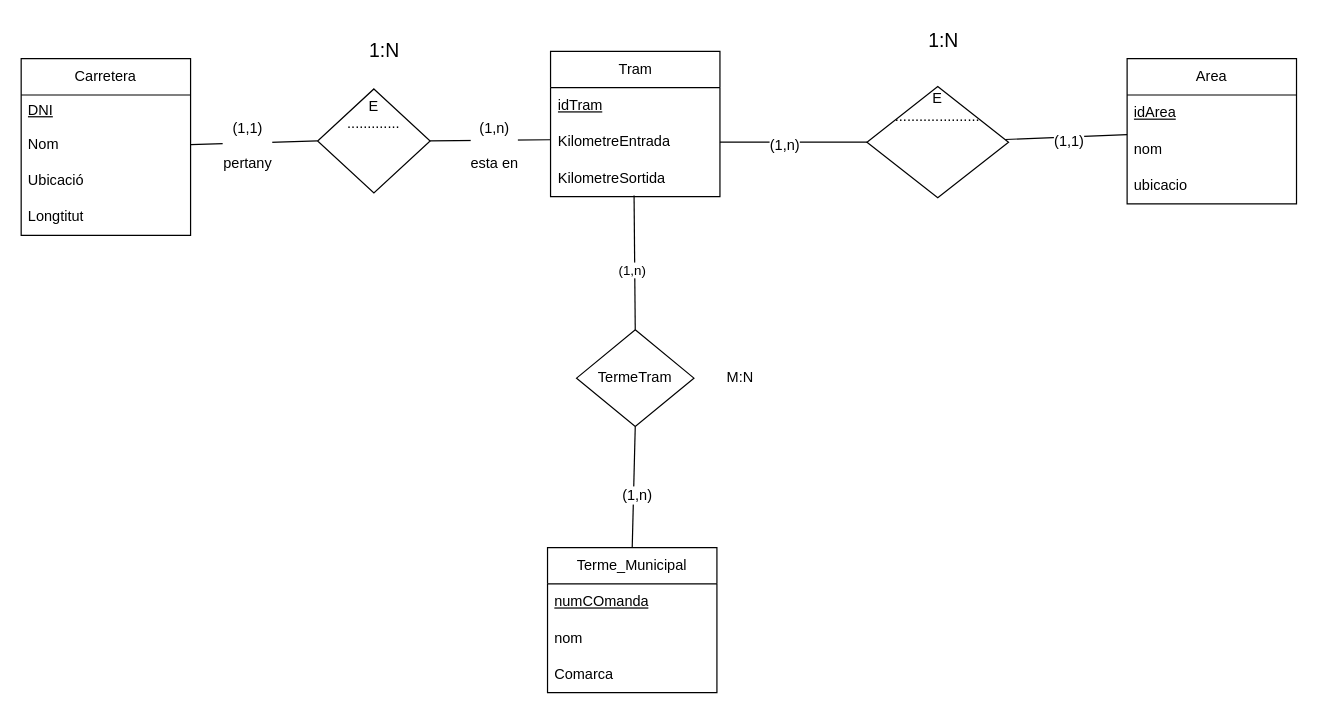
Earlier version of the draw.io diagram 0377-ASGBD (M10)/drawio/4_carreteres.drawio (gxldnn/edt). Source tidied: cells renumbered, new cells numbered last; positions are measured from the earlier drawing's top-left corner, leaving out a move shared by most shapes. Both pictures are drawn from the tidied source at 121%, with x=0, y=0 at pixel (21, 21).
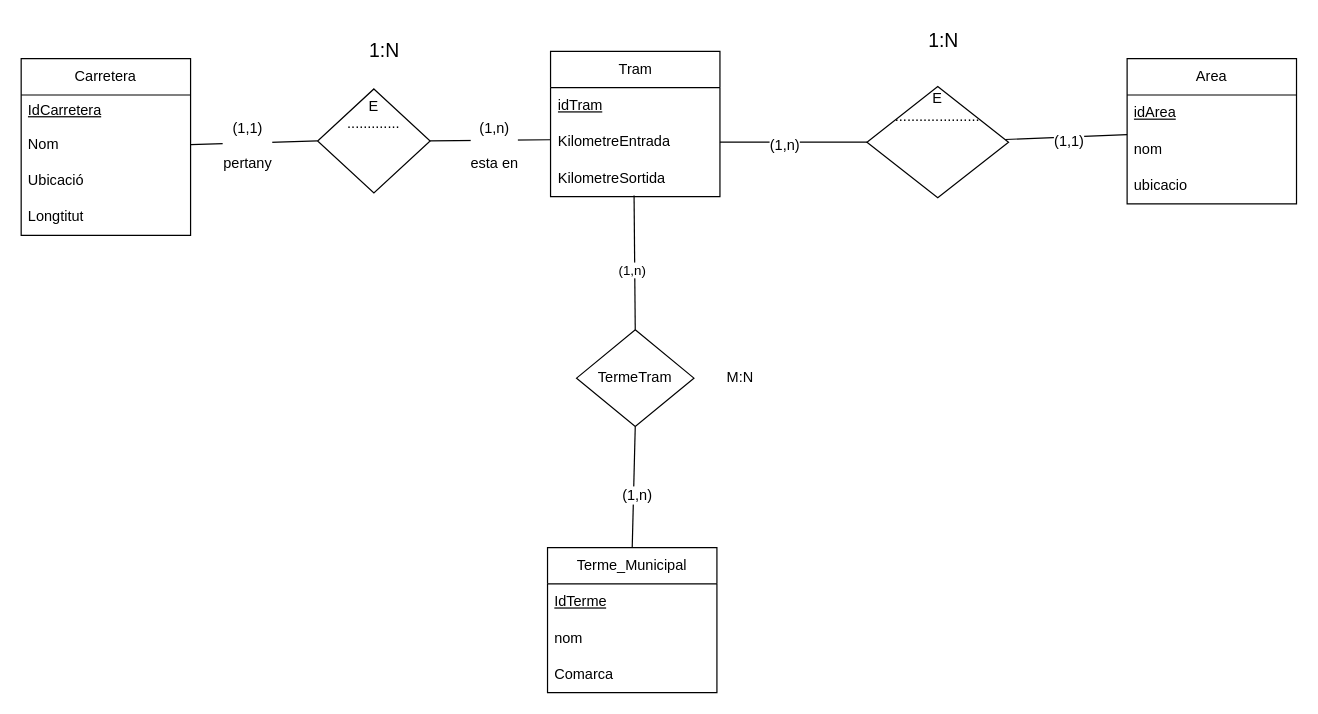
The same page after the edit.

The change refers to these unchanged cells:
```xml
<mxCell id="2" value="Carretera" style="swimlane;fontStyle=0;horizontal=1;startSize=30;whiteSpace=wrap;html=1;" parent="1" vertex="1">
  <mxGeometry y="31" width="140" height="146" as="geometry" />
</mxCell>
<mxCell id="26" value="Terme_Municipal" style="swimlane;fontStyle=0;horizontal=1;startSize=30;whiteSpace=wrap;html=1;" parent="1" vertex="1">
  <mxGeometry x="435" y="435" width="140" height="120" as="geometry" />
</mxCell>
```

The edit, as a diff of the source:
```diff
@@
-    <mxCell id="3" value="&lt;u&gt;DNI&lt;/u&gt;" style="text;strokeColor=none;fillColor=none;align=left;verticalAlign=middle;spacingLeft=4;spacingRight=4;overflow=hidden;whiteSpace=wrap;html=1;" parent="2" vertex="1">
+    <mxCell id="3" value="&lt;u&gt;IdCarretera&lt;/u&gt;" style="text;strokeColor=none;fillColor=none;align=left;verticalAlign=middle;spacingLeft=4;spacingRight=4;overflow=hidden;whiteSpace=wrap;html=1;" parent="2" vertex="1">
       <mxGeometry y="30" width="140" height="26" as="geometry" />
     </mxCell>
@@
-    <mxCell id="27" value="&lt;u&gt;numCOmanda&lt;/u&gt;" style="text;strokeColor=none;fillColor=none;align=left;verticalAlign=middle;spacingLeft=4;spacingRight=4;overflow=hidden;whiteSpace=wrap;html=1;" parent="26" vertex="1">
+    <mxCell id="27" value="&lt;u&gt;IdTerme&lt;/u&gt;" style="text;strokeColor=none;fillColor=none;align=left;verticalAlign=middle;spacingLeft=4;spacingRight=4;overflow=hidden;whiteSpace=wrap;html=1;" parent="26" vertex="1">
       <mxGeometry y="30" width="140" height="30" as="geometry" />
     </mxCell>
```
